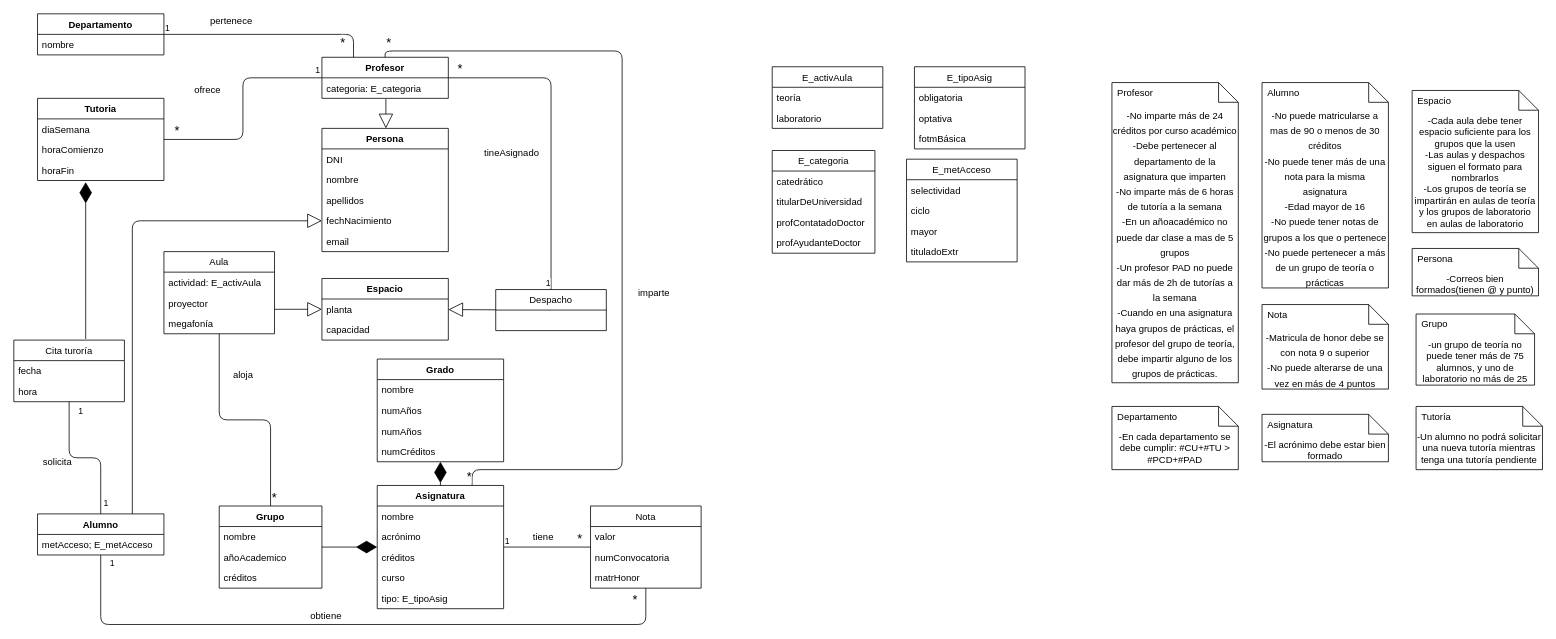
Before: Untitled Diagram.drawio in albertobemo7/Draw.io, a draw.io diagram. Source tidied: cells renumbered, new cells numbered last; positions are measured from the earlier drawing's top-left corner, leaving out a move shared by most shapes. Both pictures are drawn from the tidied source at 79%, with x=0, y=0 at pixel (13, 13).
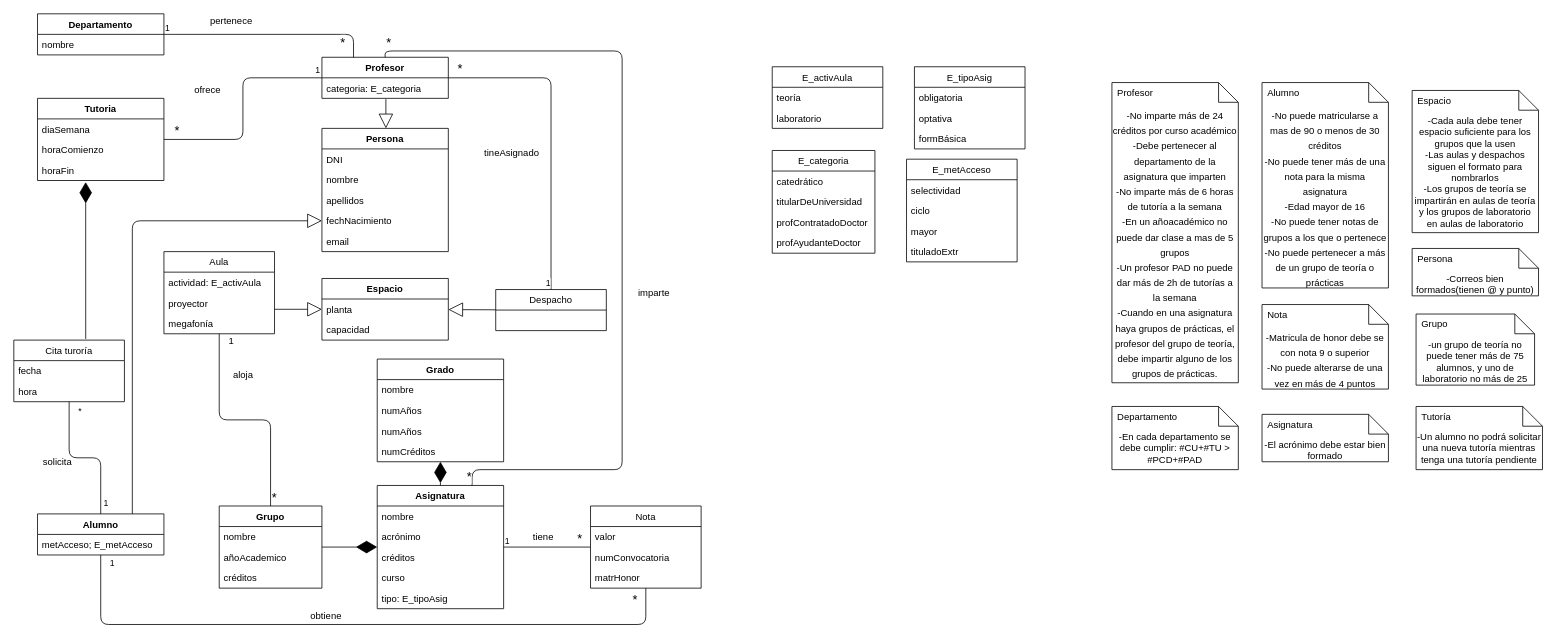
Above is the later version.

The change refers to these unchanged cells:
```xml
<mxCell id="30" value="E_categoria" style="swimlane;fontStyle=0;horizontal=1;startSize=26;fillColor=none;" parent="1" vertex="1">
  <mxGeometry x="960" y="173" width="130" height="130" as="geometry" />
</mxCell>
<mxCell id="46" value="E_tipoAsig" style="swimlane;fontStyle=0;horizontal=1;startSize=26;fillColor=none;" parent="1" vertex="1">
  <mxGeometry x="1140" y="67" width="140" height="104" as="geometry" />
</mxCell>
<mxCell id="86" style="endArrow=none;html=1;edgeStyle=orthogonalEdgeStyle;entryX=0.5;entryY=0;entryDx=0;entryDy=0;" parent="1" edge="1" source="115" target="2">
  <mxGeometry relative="1" as="geometry" />
</mxCell>
```

The edit, as a diff of the source:
```diff
@@
-    <mxCell id="33" value="profContatadoDoctor" style="text;strokeColor=none;fillColor=none;align=left;verticalAlign=top;spacingLeft=4;spacingRight=4;overflow=hidden;" parent="30" vertex="1">
+    <mxCell id="33" value="profContratadoDoctor" style="text;strokeColor=none;fillColor=none;align=left;verticalAlign=top;spacingLeft=4;spacingRight=4;overflow=hidden;" parent="30" vertex="1">
       <mxGeometry y="78" width="130" height="26" as="geometry" />
     </mxCell>
@@
-    <mxCell id="49" value="fotmBásica" style="text;strokeColor=none;fillColor=none;align=left;verticalAlign=top;spacingLeft=4;spacingRight=4;overflow=hidden;" parent="46" vertex="1">
+    <mxCell id="49" value="formBásica" style="text;strokeColor=none;fillColor=none;align=left;verticalAlign=top;spacingLeft=4;spacingRight=4;overflow=hidden;" parent="46" vertex="1">
       <mxGeometry y="78" width="140" height="26" as="geometry" />
     </mxCell>
@@
-    <mxCell id="87" value="1" style="edgeLabel;html=1;align=left;verticalAlign=bottom;" parent="86" vertex="1">
+    <mxCell id="87" value="*" style="edgeLabel;html=1;align=left;verticalAlign=bottom;" parent="86" vertex="1">
       <mxGeometry x="-1" relative="1" as="geometry">
         <mxPoint x="10" y="20" as="offset" />
       </mxGeometry>
     </mxCell>
@@
+    <mxCell id="121" value="1" style="text;html=1;align=center;verticalAlign=middle;" parent="1" vertex="1">
+      <mxGeometry x="265" y="405" width="20" height="20" as="geometry" />
+    </mxCell>
```
